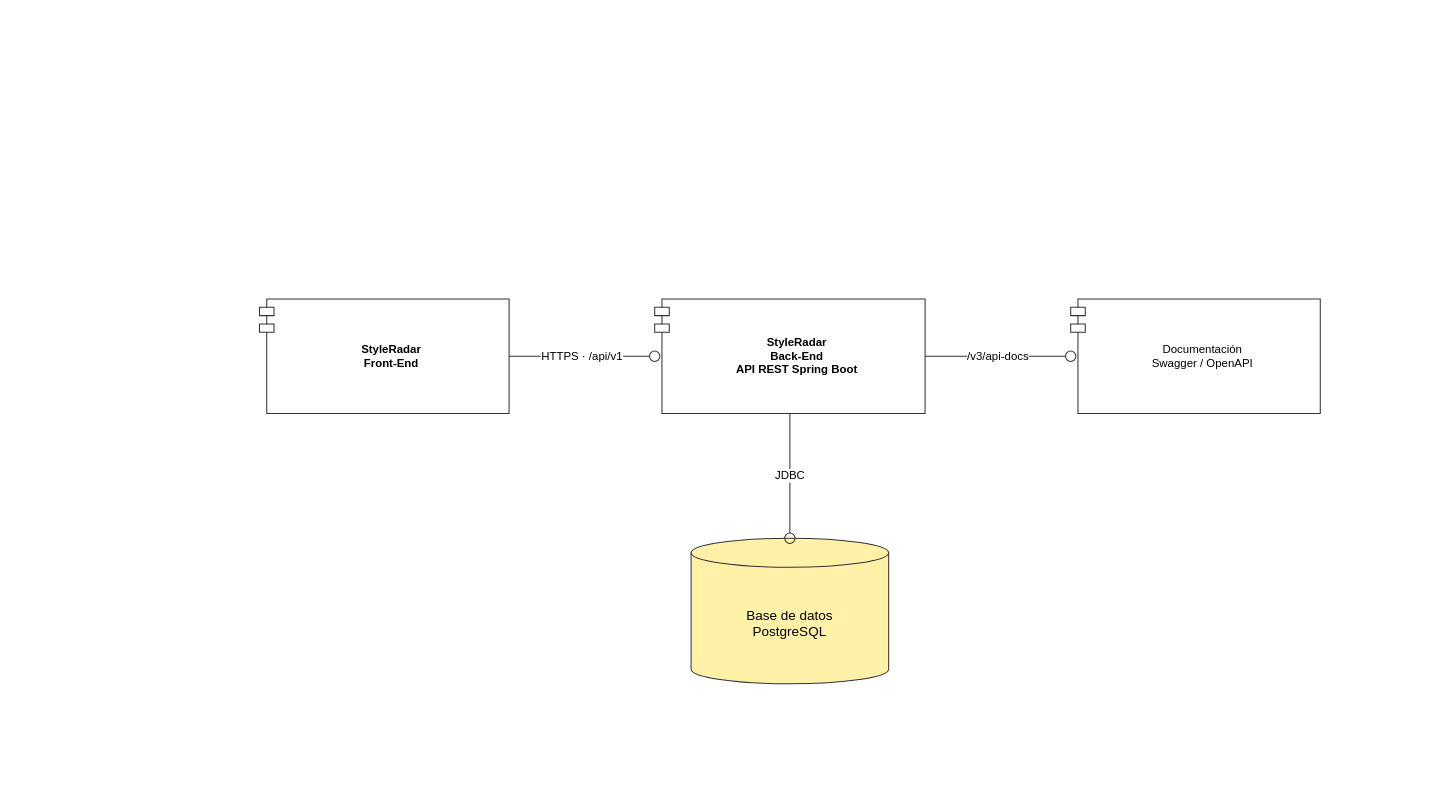
Earlier version of the draw.io diagram style-radar/docs/uml/DiagramaComponentesGeneral.drawio (CatrachoINXS/StyleRadar-Backend). Source tidied: cells renumbered, new cells numbered last; positions are measured from the earlier drawing's top-left corner, leaving out a move shared by most shapes. Both pictures are drawn from the tidied source at 104%, with x=0, y=0 at pixel (259, 298).
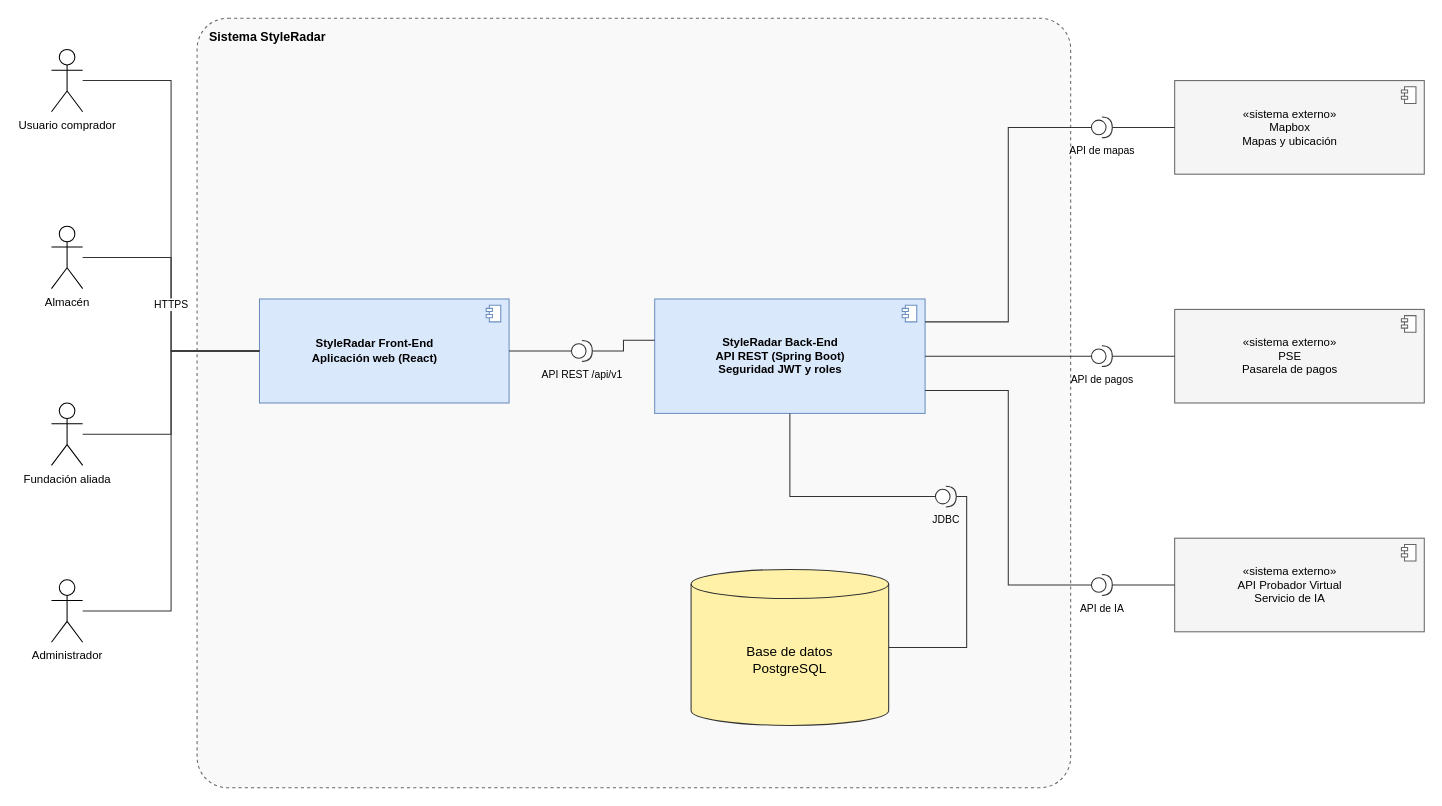
The same diagram, later.

Change to the diagram source:
```diff
@@
+    <mxCell id="9" value="Usuario comprador" style="shape=umlActor;verticalLabelPosition=bottom;verticalAlign=top;html=1;outlineConnect=0;fontSize=11;" parent="1" vertex="1">
+      <mxGeometry x="-200" y="-240" width="30" height="60" as="geometry" />
+    </mxCell>
+    <mxCell id="10" value="Almacén" style="shape=umlActor;verticalLabelPosition=bottom;verticalAlign=top;html=1;outlineConnect=0;fontSize=11;" parent="1" vertex="1">
+      <mxGeometry x="-200" y="-70" width="30" height="60" as="geometry" />
+    </mxCell>
+    <mxCell id="11" value="Fundación aliada" style="shape=umlActor;verticalLabelPosition=bottom;verticalAlign=top;html=1;outlineConnect=0;fontSize=11;" parent="1" vertex="1">
+      <mxGeometry x="-200" y="100" width="30" height="60" as="geometry" />
+    </mxCell>
+    <mxCell id="12" value="Administrador" style="shape=umlActor;verticalLabelPosition=bottom;verticalAlign=top;html=1;outlineConnect=0;fontSize=11;" parent="1" vertex="1">
+      <mxGeometry x="-200" y="270" width="30" height="60" as="geometry" />
+    </mxCell>
+    <mxCell id="13" value="&lt;b&gt;Sistema StyleRadar&lt;/b&gt;" style="rounded=1;arcSize=4;whiteSpace=wrap;html=1;fillColor=#f9f9f9;strokeColor=#666666;fontSize=12;verticalAlign=top;align=left;spacingLeft=10;spacingTop=4;dashed=1;" parent="1" vertex="1">
+      <mxGeometry x="-60" y="-270" width="840" height="740" as="geometry" />
+    </mxCell>
-    <mxCell id="2" value="&lt;b&gt;StyleRadar&lt;br&gt;Front-End&lt;/b&gt;" style="shape=module;align=center;html=1;whiteSpace=wrap;jettyWidth=14;jettyHeight=8;spacingLeft=14;fillColor=#ffffff;strokeColor=#333333;fontSize=11;" parent="1" vertex="1">
-      <mxGeometry width="240" height="110" as="geometry" />
+    <mxCell id="2" value="&lt;b&gt;StyleRadar Front-End&lt;br&gt;Aplicación web (React)&lt;/b&gt;" style="rounded=0;whiteSpace=wrap;html=1;fillColor=#dae8fc;strokeColor=#6c8ebf;fontSize=11;spacingRight=18;" parent="1" vertex="1">
+      <mxGeometry width="240" height="100" as="geometry" />
     </mxCell>
+    <mxCell id="14" style="shape=module;jettyWidth=6;jettyHeight=3;html=1;fillColor=#ffffff;strokeColor=#6c8ebf;" parent="2" vertex="1">
+      <mxGeometry x="218" y="6" width="14" height="16" as="geometry" />
+    </mxCell>
-    <mxCell id="3" value="&lt;b&gt;StyleRadar&lt;br&gt;Back-End&lt;br&gt;API REST Spring Boot&lt;/b&gt;" style="shape=module;align=center;html=1;whiteSpace=wrap;jettyWidth=14;jettyHeight=8;spacingLeft=14;fillColor=#ffffff;strokeColor=#333333;fontSize=11;" parent="1" vertex="1">
+    <mxCell id="3" value="&lt;b&gt;StyleRadar Back-End&lt;br&gt;API REST (Spring Boot)&lt;br&gt;Seguridad JWT y roles&lt;/b&gt;" style="rounded=0;whiteSpace=wrap;html=1;fillColor=#dae8fc;strokeColor=#6c8ebf;fontSize=11;spacingRight=18;" parent="1" vertex="1">
       <mxGeometry x="380" width="260" height="110" as="geometry" />
     </mxCell>
-    <mxCell id="4" value="Documentación&lt;br&gt;Swagger / OpenAPI" style="shape=module;align=center;html=1;whiteSpace=wrap;jettyWidth=14;jettyHeight=8;spacingLeft=14;fillColor=#ffffff;strokeColor=#333333;fontSize=11;" parent="1" vertex="1">
-      <mxGeometry x="780" width="240" height="110" as="geometry" />
-    </mxCell>
+    <mxCell id="15" style="shape=module;jettyWidth=6;jettyHeight=3;html=1;fillColor=#ffffff;strokeColor=#6c8ebf;" parent="3" vertex="1">
+      <mxGeometry x="238" y="6" width="14" height="16" as="geometry" />
+    </mxCell>
     <mxCell id="5" value="Base de datos&lt;br&gt;PostgreSQL" style="shape=cylinder3;whiteSpace=wrap;html=1;boundedLbl=1;backgroundOutline=1;size=14;fillColor=#fff2a8;strokeColor=#333333;fontSize=13;" parent="1" vertex="1">
-      <mxGeometry x="415" y="230" width="190" height="140" as="geometry" />
+      <mxGeometry x="415" y="260" width="190" height="150" as="geometry" />
     </mxCell>
-    <mxCell id="6" value="HTTPS · /api/v1" style="edgeStyle=orthogonalEdgeStyle;rounded=0;html=1;strokeColor=#333333;fontSize=11;labelBackgroundColor=#ffffff;endArrow=oval;endFill=0;endSize=10;exitX=1;exitY=0.5;exitDx=0;exitDy=0;entryX=0;entryY=0.5;entryDx=0;entryDy=0;" parent="1" edge="1" source="2" target="3">
-      <mxGeometry relative="1" as="geometry" />
-    </mxCell>
-    <mxCell id="7" value="/v3/api-docs" style="edgeStyle=orthogonalEdgeStyle;rounded=0;html=1;strokeColor=#333333;fontSize=11;labelBackgroundColor=#ffffff;endArrow=oval;endFill=0;endSize=10;exitX=1;exitY=0.5;exitDx=0;exitDy=0;entryX=0;entryY=0.5;entryDx=0;entryDy=0;" parent="1" edge="1" source="3" target="4">
-      <mxGeometry relative="1" as="geometry" />
-    </mxCell>
+    <mxCell id="16" value="«sistema externo»&lt;br&gt;Mapbox&lt;br&gt;Mapas y ubicación" style="rounded=0;whiteSpace=wrap;html=1;fillColor=#f5f5f5;strokeColor=#666666;fontSize=11;spacingRight=18;" parent="1" vertex="1">
+      <mxGeometry x="880" y="-210" width="240" height="90" as="geometry" />
+    </mxCell>
+    <mxCell id="17" style="shape=module;jettyWidth=6;jettyHeight=3;html=1;fillColor=#ffffff;strokeColor=#666666;" parent="16" vertex="1">
+      <mxGeometry x="218" y="6" width="14" height="16" as="geometry" />
+    </mxCell>
+    <mxCell id="18" value="«sistema externo»&lt;br&gt;PSE&lt;br&gt;Pasarela de pagos" style="rounded=0;whiteSpace=wrap;html=1;fillColor=#f5f5f5;strokeColor=#666666;fontSize=11;spacingRight=18;" parent="1" vertex="1">
+      <mxGeometry x="880" y="10" width="240" height="90" as="geometry" />
+    </mxCell>
+    <mxCell id="19" style="shape=module;jettyWidth=6;jettyHeight=3;html=1;fillColor=#ffffff;strokeColor=#666666;" parent="18" vertex="1">
+      <mxGeometry x="218" y="6" width="14" height="16" as="geometry" />
+    </mxCell>
+    <mxCell id="20" value="«sistema externo»&lt;br&gt;API Probador Virtual&lt;br&gt;Servicio de IA" style="rounded=0;whiteSpace=wrap;html=1;fillColor=#f5f5f5;strokeColor=#666666;fontSize=11;spacingRight=18;" parent="1" vertex="1">
+      <mxGeometry x="880" y="230" width="240" height="90" as="geometry" />
+    </mxCell>
+    <mxCell id="21" style="shape=module;jettyWidth=6;jettyHeight=3;html=1;fillColor=#ffffff;strokeColor=#666666;" parent="20" vertex="1">
+      <mxGeometry x="218" y="6" width="14" height="16" as="geometry" />
+    </mxCell>
+    <mxCell id="22" value="API REST /api/v1" style="shape=providedRequiredInterface;html=1;verticalLabelPosition=bottom;labelPosition=center;align=center;verticalAlign=top;fontSize=10;strokeColor=#333333;" parent="1" vertex="1">
+      <mxGeometry x="300" y="40" width="20" height="20" as="geometry" />
+    </mxCell>
-    <mxCell id="8" value="JDBC" style="edgeStyle=orthogonalEdgeStyle;rounded=0;html=1;strokeColor=#333333;fontSize=11;labelBackgroundColor=#ffffff;endArrow=oval;endFill=0;endSize=10;exitX=0.5;exitY=1;exitDx=0;exitDy=0;entryX=0.5;entryY=0;entryDx=0;entryDy=0;" parent="1" edge="1" source="3" target="5">
-      <mxGeometry relative="1" as="geometry" />
+    <mxCell id="8" value="JDBC" style="shape=providedRequiredInterface;html=1;verticalLabelPosition=bottom;labelPosition=center;align=center;verticalAlign=top;fontSize=10;strokeColor=#333333;" parent="1" vertex="1">
+      <mxGeometry x="650" y="180" width="20" height="20" as="geometry" />
     </mxCell>
+    <mxCell id="23" value="API de mapas" style="shape=providedRequiredInterface;html=1;verticalLabelPosition=bottom;labelPosition=center;align=center;verticalAlign=top;fontSize=10;strokeColor=#333333;" parent="1" vertex="1">
+      <mxGeometry x="800" y="-175" width="20" height="20" as="geometry" />
+    </mxCell>
+    <mxCell id="24" value="API de pagos" style="shape=providedRequiredInterface;html=1;verticalLabelPosition=bottom;labelPosition=center;align=center;verticalAlign=top;fontSize=10;strokeColor=#333333;" parent="1" vertex="1">
+      <mxGeometry x="800" y="45" width="20" height="20" as="geometry" />
+    </mxCell>
+    <mxCell id="25" value="API de IA" style="shape=providedRequiredInterface;html=1;verticalLabelPosition=bottom;labelPosition=center;align=center;verticalAlign=top;fontSize=10;strokeColor=#333333;" parent="1" vertex="1">
+      <mxGeometry x="800" y="265" width="20" height="20" as="geometry" />
+    </mxCell>
+    <mxCell id="26" style="edgeStyle=orthogonalEdgeStyle;rounded=0;html=1;endArrow=none;strokeColor=#333333;fontSize=10;labelBackgroundColor=#ffffff;exitX=1;exitY=0.5;exitDx=0;exitDy=0;entryX=0;entryY=0.5;entryDx=0;entryDy=0;" parent="1" edge="1" source="9" target="2">
+      <mxGeometry relative="1" as="geometry" />
+    </mxCell>
+    <mxCell id="27" value="HTTPS" style="edgeStyle=orthogonalEdgeStyle;rounded=0;html=1;endArrow=none;strokeColor=#333333;fontSize=10;labelBackgroundColor=#ffffff;exitX=1;exitY=0.5;exitDx=0;exitDy=0;entryX=0;entryY=0.5;entryDx=0;entryDy=0;" parent="1" edge="1" source="10" target="2">
+      <mxGeometry relative="1" as="geometry" />
+    </mxCell>
+    <mxCell id="28" style="edgeStyle=orthogonalEdgeStyle;rounded=0;html=1;endArrow=none;strokeColor=#333333;fontSize=10;labelBackgroundColor=#ffffff;exitX=1;exitY=0.5;exitDx=0;exitDy=0;entryX=0;entryY=0.5;entryDx=0;entryDy=0;" parent="1" edge="1" source="11" target="2">
+      <mxGeometry relative="1" as="geometry" />
+    </mxCell>
+    <mxCell id="29" style="edgeStyle=orthogonalEdgeStyle;rounded=0;html=1;endArrow=none;strokeColor=#333333;fontSize=10;labelBackgroundColor=#ffffff;exitX=1;exitY=0.5;exitDx=0;exitDy=0;entryX=0;entryY=0.5;entryDx=0;entryDy=0;" parent="1" edge="1" source="12" target="2">
+      <mxGeometry relative="1" as="geometry" />
+    </mxCell>
+    <mxCell id="30" style="edgeStyle=orthogonalEdgeStyle;rounded=0;html=1;endArrow=none;strokeColor=#333333;fontSize=10;labelBackgroundColor=#ffffff;exitX=1;exitY=0.5;exitDx=0;exitDy=0;entryX=0;entryY=0.5;entryDx=0;entryDy=0;" parent="1" edge="1" source="2" target="22">
+      <mxGeometry relative="1" as="geometry" />
+    </mxCell>
+    <mxCell id="31" style="edgeStyle=orthogonalEdgeStyle;rounded=0;html=1;endArrow=none;strokeColor=#333333;fontSize=10;labelBackgroundColor=#ffffff;exitX=1;exitY=0.5;exitDx=0;exitDy=0;entryX=0;entryY=0.36;entryDx=0;entryDy=0;" parent="1" edge="1" source="22" target="3">
+      <mxGeometry relative="1" as="geometry" />
+    </mxCell>
+    <mxCell id="32" style="edgeStyle=orthogonalEdgeStyle;rounded=0;html=1;endArrow=none;strokeColor=#333333;fontSize=10;labelBackgroundColor=#ffffff;exitX=0.5;exitY=1;exitDx=0;exitDy=0;entryX=0;entryY=0.5;entryDx=0;entryDy=0;" parent="1" edge="1" source="3" target="8">
+      <mxGeometry relative="1" as="geometry" />
+    </mxCell>
+    <mxCell id="33" style="edgeStyle=orthogonalEdgeStyle;rounded=0;html=1;endArrow=none;strokeColor=#333333;fontSize=10;labelBackgroundColor=#ffffff;exitX=1;exitY=0.5;exitDx=0;exitDy=0;entryX=1;entryY=0.5;entryDx=0;entryDy=0;" parent="1" edge="1" source="8" target="5">
+      <mxGeometry relative="1" as="geometry" />
+    </mxCell>
+    <mxCell id="34" style="edgeStyle=orthogonalEdgeStyle;rounded=0;html=1;endArrow=none;strokeColor=#333333;fontSize=10;labelBackgroundColor=#ffffff;exitX=1;exitY=0.2;exitDx=0;exitDy=0;entryX=0;entryY=0.5;entryDx=0;entryDy=0;" parent="1" edge="1" source="3" target="23">
+      <mxGeometry relative="1" as="geometry" />
+    </mxCell>
+    <mxCell id="35" style="edgeStyle=orthogonalEdgeStyle;rounded=0;html=1;endArrow=none;strokeColor=#333333;fontSize=10;labelBackgroundColor=#ffffff;exitX=1;exitY=0.5;exitDx=0;exitDy=0;entryX=0;entryY=0.5;entryDx=0;entryDy=0;" parent="1" edge="1" source="3" target="24">
+      <mxGeometry relative="1" as="geometry" />
+    </mxCell>
+    <mxCell id="36" style="edgeStyle=orthogonalEdgeStyle;rounded=0;html=1;endArrow=none;strokeColor=#333333;fontSize=10;labelBackgroundColor=#ffffff;exitX=1;exitY=0.8;exitDx=0;exitDy=0;entryX=0;entryY=0.5;entryDx=0;entryDy=0;" parent="1" edge="1" source="3" target="25">
+      <mxGeometry relative="1" as="geometry" />
+    </mxCell>
+    <mxCell id="37" style="edgeStyle=orthogonalEdgeStyle;rounded=0;html=1;endArrow=none;strokeColor=#333333;fontSize=10;labelBackgroundColor=#ffffff;exitX=1;exitY=0.5;exitDx=0;exitDy=0;entryX=0;entryY=0.5;entryDx=0;entryDy=0;" parent="1" edge="1" source="23" target="16">
+      <mxGeometry relative="1" as="geometry" />
+    </mxCell>
+    <mxCell id="38" style="edgeStyle=orthogonalEdgeStyle;rounded=0;html=1;endArrow=none;strokeColor=#333333;fontSize=10;labelBackgroundColor=#ffffff;exitX=1;exitY=0.5;exitDx=0;exitDy=0;entryX=0;entryY=0.5;entryDx=0;entryDy=0;" parent="1" edge="1" source="24" target="18">
+      <mxGeometry relative="1" as="geometry" />
+    </mxCell>
+    <mxCell id="39" style="edgeStyle=orthogonalEdgeStyle;rounded=0;html=1;endArrow=none;strokeColor=#333333;fontSize=10;labelBackgroundColor=#ffffff;exitX=1;exitY=0.5;exitDx=0;exitDy=0;entryX=0;entryY=0.5;entryDx=0;entryDy=0;" parent="1" edge="1" source="25" target="20">
+      <mxGeometry relative="1" as="geometry" />
+    </mxCell>
```
